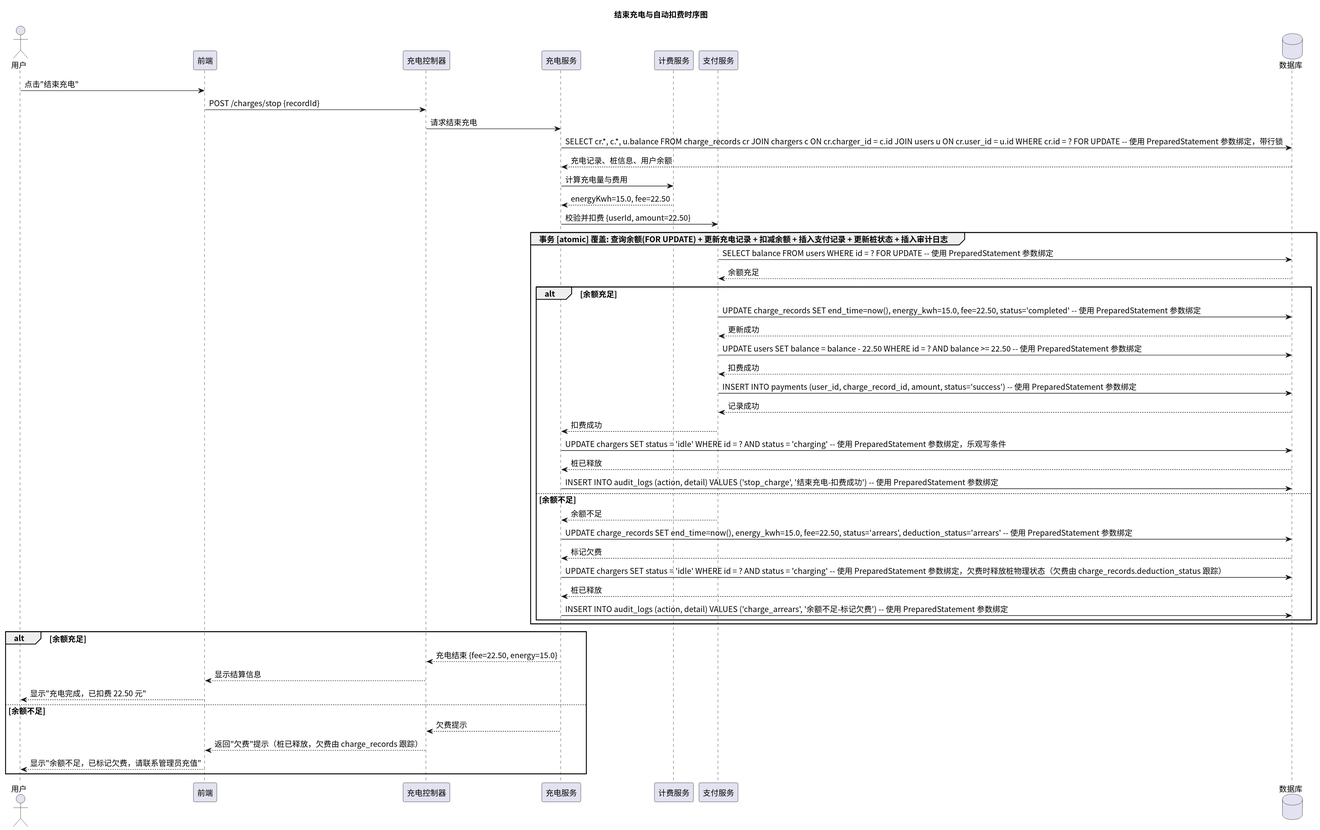
The PlantUML diagram time/img/sequence_stop_charge.svg in greenhandzdl/charging-station-doc, before a commit.
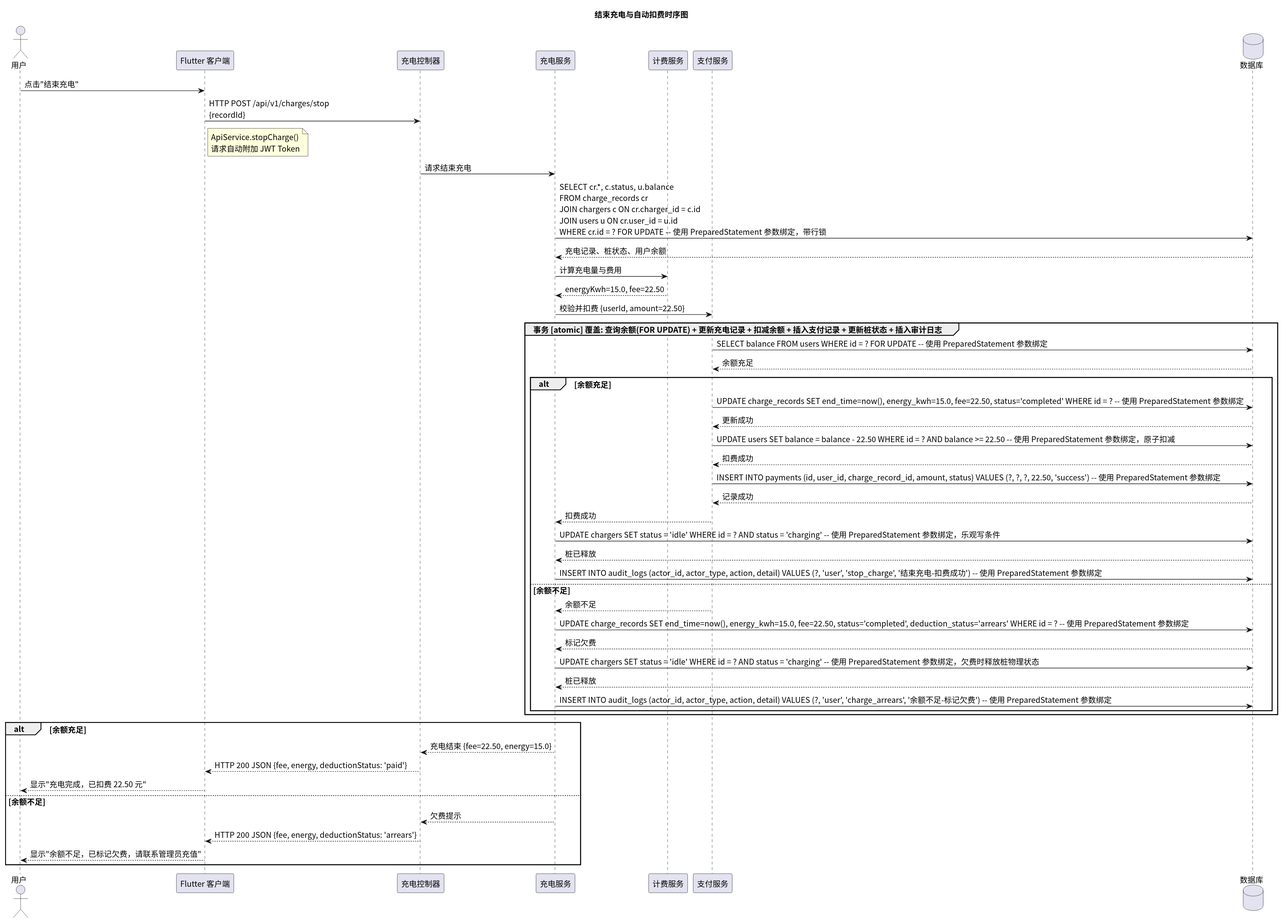
Above is the later version.

What changed in the source:
```diff
@@ -4,19 +4,21 @@
 title 结束充电与自动扣费时序图
 
 actor 用户 as U
-participant 前端 as FE
-participant 充电控制器 as Ctrl
-participant 充电服务 as Service
-participant 计费服务 as Bill
-participant 支付服务 as Pay
+participant "Flutter 客户端" as FE
+participant "充电控制器" as Ctrl
+participant "充电服务" as Service
+participant "计费服务" as Bill
+participant "支付服务" as Pay
 database 数据库 as DB
 
 U -> FE: 点击"结束充电"
-FE -> Ctrl: POST /charges/stop {recordId}
+FE -> Ctrl: HTTP POST /api/v1/charges/stop\n{recordId}
+note right FE : ApiService.stopCharge()\n请求自动附加 JWT Token
+
 Ctrl -> Service: 请求结束充电
 
-Service -> DB: SELECT cr.*, c.*, u.balance FROM charge_records cr JOIN chargers c ON cr.charger_id = c.id JOIN users u ON cr.user_id = u.id WHERE cr.id = ? FOR UPDATE -- 使用 PreparedStatement 参数绑定，带行锁
-DB --> Service: 充电记录、桩信息、用户余额
+Service -> DB: SELECT cr.*, c.status, u.balance\nFROM charge_records cr\nJOIN chargers c ON cr.charger_id = c.id\nJOIN users u ON cr.user_id = u.id\nWHERE cr.id = ? FOR UPDATE -- 使用 PreparedStatement 参数绑定，带行锁
+DB --> Service: 充电记录、桩状态、用户余额
 
 Service -> Bill: 计算充电量与费用
 Bill --> Service: energyKwh=15.0, fee=22.50
@@ -28,13 +30,13 @@
   DB --> Pay: 余额充足
 
   alt 余额充足
-    Pay -> DB: UPDATE charge_records SET end_time=now(), energy_kwh=15.0, fee=22.50, status='completed' -- 使用 PreparedStatement 参数绑定
+    Pay -> DB: UPDATE charge_records SET end_time=now(), energy_kwh=15.0, fee=22.50, status='completed' WHERE id = ? -- 使用 PreparedStatement 参数绑定
     DB --> Pay: 更新成功
 
-    Pay -> DB: UPDATE users SET balance = balance - 22.50 WHERE id = ? AND balance >= 22.50 -- 使用 PreparedStatement 参数绑定
+    Pay -> DB: UPDATE users SET balance = balance - 22.50 WHERE id = ? AND balance >= 22.50 -- 使用 PreparedStatement 参数绑定，原子扣减
     DB --> Pay: 扣费成功
 
-    Pay -> DB: INSERT INTO payments (user_id, charge_record_id, amount, status='success') -- 使用 PreparedStatement 参数绑定
+    Pay -> DB: INSERT INTO payments (id, user_id, charge_record_id, amount, status) VALUES (?, ?, ?, 22.50, 'success') -- 使用 PreparedStatement 参数绑定
     DB --> Pay: 记录成功
 
     Pay --> Service: 扣费成功
@@ -42,27 +44,27 @@
     Service -> DB: UPDATE chargers SET status = 'idle' WHERE id = ? AND status = 'charging' -- 使用 PreparedStatement 参数绑定，乐观写条件
     DB --> Service: 桩已释放
 
-    Service -> DB: INSERT INTO audit_logs (action, detail) VALUES ('stop_charge', '结束充电-扣费成功') -- 使用 PreparedStatement 参数绑定
+    Service -> DB: INSERT INTO audit_logs (actor_id, actor_type, action, detail) VALUES (?, 'user', 'stop_charge', '结束充电-扣费成功') -- 使用 PreparedStatement 参数绑定
   else 余额不足
     Pay --> Service: 余额不足
 
-    Service -> DB: UPDATE charge_records SET end_time=now(), energy_kwh=15.0, fee=22.50, status='arrears', deduction_status='arrears' -- 使用 PreparedStatement 参数绑定
+    Service -> DB: UPDATE charge_records SET end_time=now(), energy_kwh=15.0, fee=22.50, status='completed', deduction_status='arrears' WHERE id = ? -- 使用 PreparedStatement 参数绑定
     DB --> Service: 标记欠费
 
-    Service -> DB: UPDATE chargers SET status = 'idle' WHERE id = ? AND status = 'charging' -- 使用 PreparedStatement 参数绑定，欠费时释放桩物理状态（欠费由 charge_records.deduction_status 跟踪）
+    Service -> DB: UPDATE chargers SET status = 'idle' WHERE id = ? AND status = 'charging' -- 使用 PreparedStatement 参数绑定，欠费时释放桩物理状态
     DB --> Service: 桩已释放
 
-    Service -> DB: INSERT INTO audit_logs (action, detail) VALUES ('charge_arrears', '余额不足-标记欠费') -- 使用 PreparedStatement 参数绑定
+    Service -> DB: INSERT INTO audit_logs (actor_id, actor_type, action, detail) VALUES (?, 'user', 'charge_arrears', '余额不足-标记欠费') -- 使用 PreparedStatement 参数绑定
   end
 end
 
 alt 余额充足
   Service --> Ctrl: 充电结束 {fee=22.50, energy=15.0}
-  Ctrl --> FE: 显示结算信息
+  Ctrl --> FE: HTTP 200 JSON {fee, energy, deductionStatus: 'paid'}
   FE --> U: 显示"充电完成，已扣费 22.50 元"
 else 余额不足
   Service --> Ctrl: 欠费提示
-  Ctrl --> FE: 返回"欠费"提示（桩已释放，欠费由 charge_records 跟踪）
+  Ctrl --> FE: HTTP 200 JSON {fee, energy, deductionStatus: 'arrears'}
   FE --> U: 显示"余额不足，已标记欠费，请联系管理员充值"
 end
 @enduml
```
